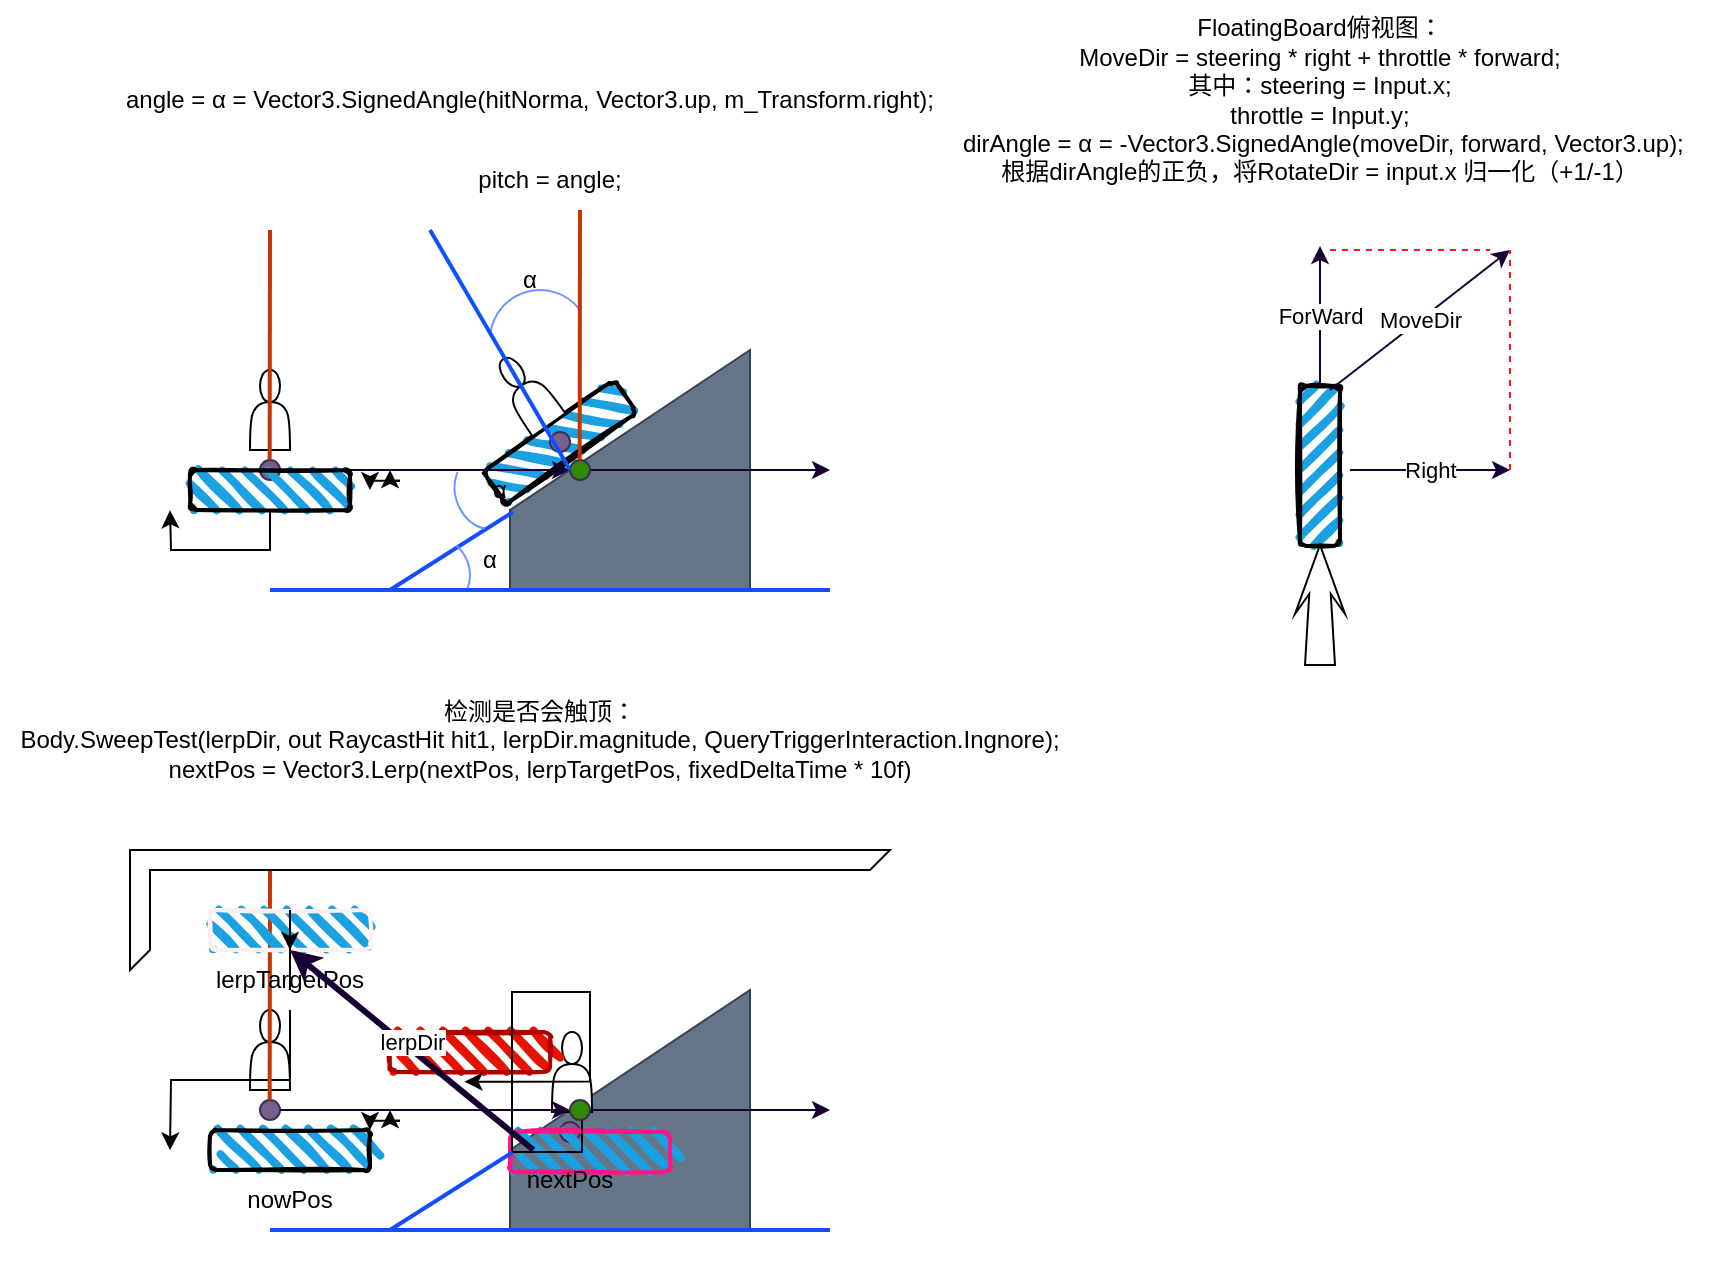
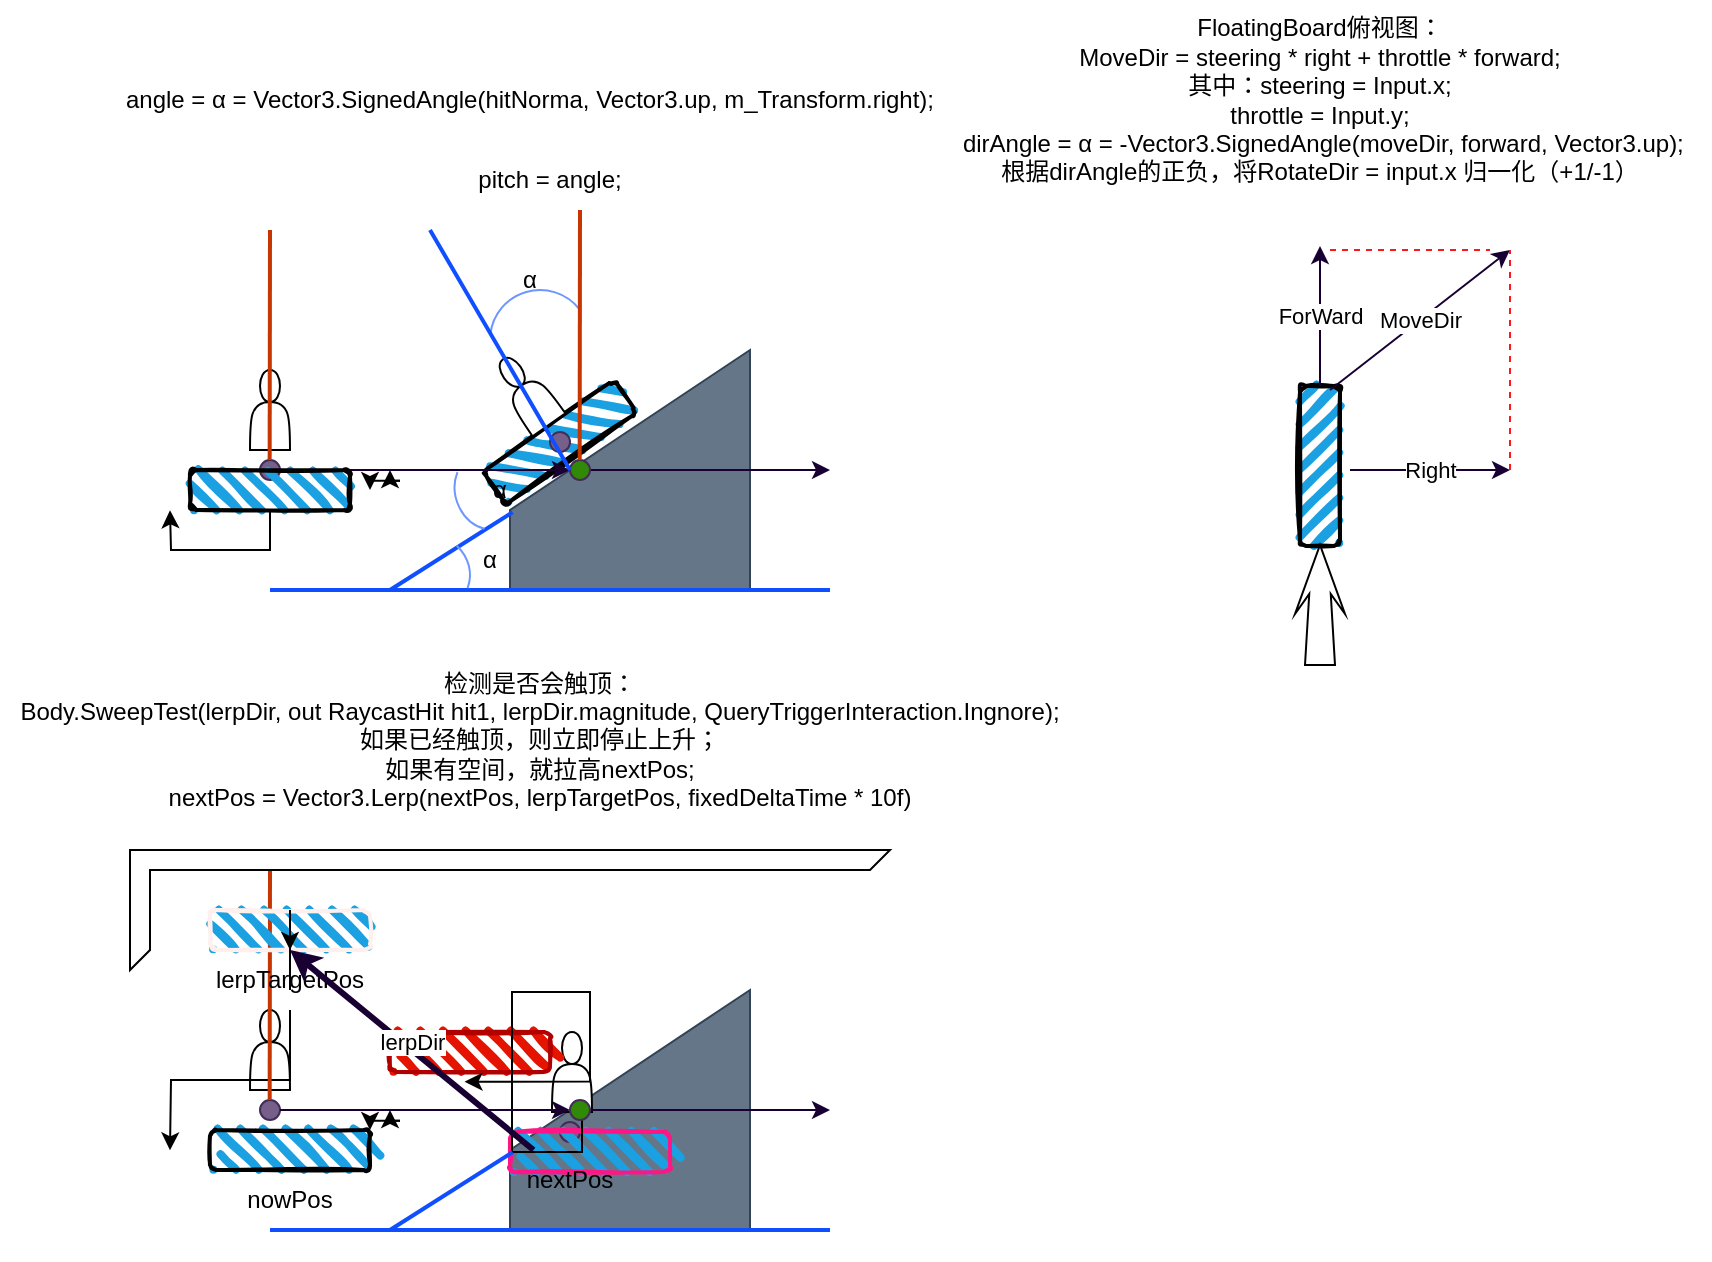
<mxfile host="app.diagrams.net">
  <diagram name="第 1 页" id="Z0DC_knzU1L9sbGcegjl">
    <mxGraphModel dx="1557" dy="467" grid="1" gridSize="10" guides="1" tooltips="1" connect="1" arrows="1" fold="1" page="1" pageScale="1" pageWidth="827" pageHeight="1169" background="light-dark(#FFFFFF,#FFFFFF)" math="0" shadow="0">
      <root>
        <mxCell id="0" />
        <mxCell id="1" parent="0" />
        <mxCell id="fx_5rI_hlLQzRWBr8DUU-49" parent="1" style="text;html=1;whiteSpace=wrap;strokeColor=none;fillColor=none;align=center;verticalAlign=middle;rounded=0;autosize=1;resizable=0;fontColor=light-dark(#000000, #080808);" value="angle = α = Vector3.SignedAngle(hitNorma, Vector3.up, m_Transform.right);" vertex="1">
          <mxGeometry height="30" width="430" x="35" y="60" as="geometry" />
        </mxCell>
        <mxCell id="fx_5rI_hlLQzRWBr8DUU-50" parent="1" style="text;html=1;whiteSpace=wrap;strokeColor=none;fillColor=none;align=center;verticalAlign=middle;rounded=0;autosize=1;resizable=0;fontColor=light-dark(#000000, #080808);" value="FloatingBoard俯视图：&lt;br&gt;MoveDir = steering * right + throttle * forward;&lt;div&gt;其中：steering = Input.x;&lt;br&gt;throttle = Input.y;&lt;/div&gt;&lt;div&gt;&lt;span style=&quot;background-color: transparent; color: light-dark(rgb(0, 0, 0), rgb(8, 8, 8));&quot;&gt;&amp;nbsp;&lt;/span&gt;&lt;span style=&quot;background-color: transparent; color: light-dark(rgb(0, 0, 0), rgb(8, 8, 8));&quot;&gt;dirAngle =&amp;nbsp;&lt;/span&gt;α = -Vector3.SignedAngle(moveDir, forward, Vector3.up);&lt;br&gt;根据dirAngle的正负，将RotateDir = input.x 归一化（+1/-1）&lt;/div&gt;" vertex="1">
          <mxGeometry height="100" width="390" x="450" y="25" as="geometry" />
        </mxCell>
        <mxCell id="fx_5rI_hlLQzRWBr8DUU-58" connectable="0" parent="1" style="group;rotation=-90;" value="" vertex="1">
          <mxGeometry height="25" width="210" x="540" y="240" as="geometry" />
        </mxCell>
        <mxCell id="fx_5rI_hlLQzRWBr8DUU-4" parent="fx_5rI_hlLQzRWBr8DUU-58" style="rounded=1;whiteSpace=wrap;html=1;strokeWidth=2;fillWeight=4;hachureGap=8;hachureAngle=45;fillColor=#1ba1e2;sketch=1;rotation=-90;" value="" vertex="1">
          <mxGeometry height="20" width="80" x="65" y="8" as="geometry" />
        </mxCell>
        <mxCell id="fx_5rI_hlLQzRWBr8DUU-54" parent="fx_5rI_hlLQzRWBr8DUU-58" style="html=1;shadow=0;dashed=0;align=center;verticalAlign=middle;shape=mxgraph.arrows2.stylisedArrow;dy=0.57;dx=24.48;notch=0;feather=0.4;rotation=-90;" value="" vertex="1">
          <mxGeometry height="25" width="60" x="75" y="75" as="geometry" />
        </mxCell>
        <mxCell id="fx_5rI_hlLQzRWBr8DUU-56" edge="1" parent="fx_5rI_hlLQzRWBr8DUU-58" style="endArrow=classic;html=1;rounded=0;endFill=1;strokeWidth=1;strokeColor=light-dark(#190033,#000033);" value="ForWard">
          <mxGeometry height="50" relative="1" width="50" as="geometry">
            <mxPoint x="105" y="-22" as="sourcePoint" />
            <mxPoint x="105" y="-92" as="targetPoint" />
          </mxGeometry>
        </mxCell>
        <mxCell id="fx_5rI_hlLQzRWBr8DUU-60" parent="1" style="text;html=1;whiteSpace=wrap;strokeColor=none;fillColor=none;align=center;verticalAlign=middle;rounded=0;autosize=1;resizable=0;fontColor=light-dark(#000000, #080808);" value="pitch = angle;" vertex="1">
          <mxGeometry height="30" width="100" x="210" y="100" as="geometry" />
        </mxCell>
        <mxCell id="fx_5rI_hlLQzRWBr8DUU-61" edge="1" parent="1" style="endArrow=classic;html=1;rounded=0;endFill=1;strokeWidth=1;strokeColor=light-dark(#190033,#000033);" value="Right">
          <mxGeometry height="50" relative="1" width="50" as="geometry">
            <mxPoint x="660" y="260" as="sourcePoint" />
            <mxPoint x="740" y="260" as="targetPoint" />
          </mxGeometry>
        </mxCell>
        <mxCell id="fx_5rI_hlLQzRWBr8DUU-62" edge="1" parent="1" style="endArrow=classic;html=1;rounded=0;endFill=1;strokeWidth=1;strokeColor=light-dark(#190033,#000033);" value="MoveDir">
          <mxGeometry height="50" relative="1" width="50" as="geometry">
            <mxPoint x="650" y="220" as="sourcePoint" />
            <mxPoint x="740" y="150" as="targetPoint" />
          </mxGeometry>
        </mxCell>
        <mxCell id="fx_5rI_hlLQzRWBr8DUU-63" edge="1" parent="1" style="endArrow=none;dashed=1;html=1;rounded=0;strokeColor=#FF161D;fillColor=#76608a;" value="">
          <mxGeometry height="50" relative="1" width="50" as="geometry">
            <mxPoint x="650" y="150" as="sourcePoint" />
            <mxPoint x="730" y="150" as="targetPoint" />
          </mxGeometry>
        </mxCell>
        <mxCell id="fx_5rI_hlLQzRWBr8DUU-64" edge="1" parent="1" style="endArrow=none;dashed=1;html=1;rounded=0;strokeColor=#FF161D;fillColor=#76608a;" value="">
          <mxGeometry height="50" relative="1" width="50" as="geometry">
            <mxPoint x="740" y="260" as="sourcePoint" />
            <mxPoint x="740" y="150" as="targetPoint" />
          </mxGeometry>
        </mxCell>
        <mxCell id="fx_5rI_hlLQzRWBr8DUU-65" connectable="0" parent="1" style="group" value="" vertex="1">
          <mxGeometry height="205" width="320" x="80" y="130" as="geometry" />
        </mxCell>
        <mxCell id="fx_5rI_hlLQzRWBr8DUU-37" connectable="0" parent="fx_5rI_hlLQzRWBr8DUU-65" style="group;rotation=-35;" value="" vertex="1">
          <mxGeometry height="70" width="80" x="130" y="60" as="geometry" />
        </mxCell>
        <mxCell id="fx_5rI_hlLQzRWBr8DUU-38" parent="fx_5rI_hlLQzRWBr8DUU-37" style="rounded=1;whiteSpace=wrap;html=1;strokeWidth=2;fillWeight=4;hachureGap=8;hachureAngle=45;fillColor=#1ba1e2;sketch=1;rotation=-35;" value="" vertex="1">
          <mxGeometry height="20" width="80" x="15" y="46" as="geometry" />
        </mxCell>
        <mxCell id="fx_5rI_hlLQzRWBr8DUU-39" parent="fx_5rI_hlLQzRWBr8DUU-37" style="shape=actor;whiteSpace=wrap;html=1;rotation=-35;" value="" vertex="1">
          <mxGeometry height="40" width="20" x="28" y="11" as="geometry" />
        </mxCell>
        <mxCell id="fx_5rI_hlLQzRWBr8DUU-40" parent="fx_5rI_hlLQzRWBr8DUU-37" style="ellipse;whiteSpace=wrap;html=1;aspect=fixed;strokeColor=#432D57;fillColor=#76608a;fontColor=#ffffff;rotation=-35;" value="" vertex="1">
          <mxGeometry height="10" width="10" x="50" y="51" as="geometry" />
        </mxCell>
        <mxCell id="fx_5rI_hlLQzRWBr8DUU-41" parent="fx_5rI_hlLQzRWBr8DUU-37" style="shape=mxgraph.basic.arc;html=1;startAngle=0.7682831795977167;endAngle=0.14289333360926398;endArrow=classic;endFill=1;fontColor=light-dark(default, #bb2a2a);strokeColor=#6E96FF;rotation=0;" value="" vertex="1">
          <mxGeometry height="50" width="50" x="20" y="-20" as="geometry" />
        </mxCell>
        <mxCell id="fx_5rI_hlLQzRWBr8DUU-6" parent="fx_5rI_hlLQzRWBr8DUU-65" style="shape=manualInput;boundedLbl=1;whiteSpace=wrap;html=1;size=80;fillColor=#647687;fontColor=#ffffff;strokeColor=#314354;" value="" vertex="1">
          <mxGeometry height="120" width="120" x="160" y="70" as="geometry" />
        </mxCell>
        <mxCell id="fx_5rI_hlLQzRWBr8DUU-7" connectable="0" parent="fx_5rI_hlLQzRWBr8DUU-65" style="group" value="" vertex="1">
          <mxGeometry height="70" width="80" y="70" as="geometry" />
        </mxCell>
        <mxCell id="fx_5rI_hlLQzRWBr8DUU-5" parent="fx_5rI_hlLQzRWBr8DUU-7" style="shape=actor;whiteSpace=wrap;html=1;" value="" vertex="1">
          <mxGeometry height="40" width="20" x="30" y="10" as="geometry" />
        </mxCell>
        <mxCell id="fx_5rI_hlLQzRWBr8DUU-15" parent="fx_5rI_hlLQzRWBr8DUU-7" style="ellipse;whiteSpace=wrap;html=1;aspect=fixed;strokeColor=#432D57;fillColor=#76608a;fontColor=#ffffff;" value="" vertex="1">
          <mxGeometry height="10" width="10" x="35" y="55" as="geometry" />
        </mxCell>
        <mxCell id="fx_5rI_hlLQzRWBr8DUU-52" edge="1" parent="fx_5rI_hlLQzRWBr8DUU-7" source="fx_5rI_hlLQzRWBr8DUU-51" style="edgeStyle=orthogonalEdgeStyle;rounded=0;orthogonalLoop=1;jettySize=auto;html=1;exitX=0.5;exitY=1;exitDx=0;exitDy=0;">
          <mxGeometry relative="1" as="geometry">
            <mxPoint x="-10" y="80.14285714285711" as="targetPoint" />
          </mxGeometry>
        </mxCell>
        <mxCell id="fx_5rI_hlLQzRWBr8DUU-14" edge="1" parent="fx_5rI_hlLQzRWBr8DUU-65" source="fx_5rI_hlLQzRWBr8DUU-18" style="endArrow=classic;html=1;rounded=0;endFill=1;strokeWidth=1;strokeColor=light-dark(#190033,#000033);exitX=1;exitY=0.5;exitDx=0;exitDy=0;" value="">
          <mxGeometry height="50" relative="1" width="50" as="geometry">
            <mxPoint x="120" y="129.86" as="sourcePoint" />
            <mxPoint x="320" y="130" as="targetPoint" />
          </mxGeometry>
        </mxCell>
        <mxCell id="fx_5rI_hlLQzRWBr8DUU-18" parent="fx_5rI_hlLQzRWBr8DUU-65" style="ellipse;whiteSpace=wrap;html=1;aspect=fixed;strokeColor=#432D57;fillColor=#318A07;fontColor=#ffffff;" value="" vertex="1">
          <mxGeometry height="10" width="10" x="190" y="125" as="geometry" />
        </mxCell>
        <mxCell id="fx_5rI_hlLQzRWBr8DUU-19" edge="1" parent="fx_5rI_hlLQzRWBr8DUU-65" source="fx_5rI_hlLQzRWBr8DUU-15" style="endArrow=classic;html=1;rounded=0;endFill=1;strokeWidth=1;strokeColor=light-dark(#190033,#000033);exitX=1;exitY=0.5;exitDx=0;exitDy=0;" target="fx_5rI_hlLQzRWBr8DUU-18" value="">
          <mxGeometry height="50" relative="1" width="50" as="geometry">
            <mxPoint x="45" y="130" as="sourcePoint" />
            <mxPoint x="320" y="130" as="targetPoint" />
          </mxGeometry>
        </mxCell>
        <mxCell id="fx_5rI_hlLQzRWBr8DUU-21" edge="1" parent="fx_5rI_hlLQzRWBr8DUU-65" style="endArrow=none;html=1;rounded=0;fillColor=#FFE5FC;strokeWidth=2;strokeColor=#104FFF;" value="">
          <mxGeometry height="50" relative="1" width="50" as="geometry">
            <mxPoint x="190" y="130" as="sourcePoint" />
            <mxPoint x="120" y="10" as="targetPoint" />
          </mxGeometry>
        </mxCell>
        <mxCell id="fx_5rI_hlLQzRWBr8DUU-24" edge="1" parent="fx_5rI_hlLQzRWBr8DUU-65" source="fx_5rI_hlLQzRWBr8DUU-6" style="endArrow=none;html=1;rounded=0;fillColor=#FFE5FC;strokeWidth=2;strokeColor=#104FFF;exitX=0.011;exitY=0.676;exitDx=0;exitDy=0;exitPerimeter=0;" value="">
          <mxGeometry height="50" relative="1" width="50" as="geometry">
            <mxPoint x="130" y="200" as="sourcePoint" />
            <mxPoint x="100" y="190" as="targetPoint" />
          </mxGeometry>
        </mxCell>
        <mxCell id="fx_5rI_hlLQzRWBr8DUU-25" edge="1" parent="fx_5rI_hlLQzRWBr8DUU-65" style="endArrow=none;html=1;rounded=0;fillColor=#fa6800;strokeWidth=2;strokeColor=#C73500;" value="">
          <mxGeometry height="50" relative="1" width="50" as="geometry">
            <mxPoint x="39.83000000000001" y="125" as="sourcePoint" />
            <mxPoint x="40" y="10" as="targetPoint" />
          </mxGeometry>
        </mxCell>
        <mxCell id="fx_5rI_hlLQzRWBr8DUU-26" edge="1" parent="fx_5rI_hlLQzRWBr8DUU-65" style="endArrow=none;html=1;rounded=0;fillColor=#fa6800;strokeWidth=2;strokeColor=#C73500;" value="">
          <mxGeometry height="50" relative="1" width="50" as="geometry">
            <mxPoint x="194.83000000000004" y="125" as="sourcePoint" />
            <mxPoint x="195" as="targetPoint" />
          </mxGeometry>
        </mxCell>
        <mxCell id="fx_5rI_hlLQzRWBr8DUU-28" edge="1" parent="fx_5rI_hlLQzRWBr8DUU-65" style="endArrow=none;html=1;rounded=0;fillColor=#FFE5FC;strokeWidth=2;strokeColor=light-dark(#104FFF, #000000);" value="">
          <mxGeometry height="50" relative="1" width="50" as="geometry">
            <mxPoint x="320" y="190" as="sourcePoint" />
            <mxPoint x="40" y="190" as="targetPoint" />
          </mxGeometry>
        </mxCell>
        <mxCell id="fx_5rI_hlLQzRWBr8DUU-31" parent="fx_5rI_hlLQzRWBr8DUU-65" style="text;html=1;whiteSpace=wrap;strokeColor=none;fillColor=none;align=center;verticalAlign=middle;rounded=0;autosize=1;resizable=0;fontColor=light-dark(#000000, #080808);" value="α" vertex="1">
          <mxGeometry height="30" width="30" x="135" y="160" as="geometry" />
        </mxCell>
        <mxCell id="fx_5rI_hlLQzRWBr8DUU-33" parent="fx_5rI_hlLQzRWBr8DUU-65" style="text;html=1;whiteSpace=wrap;strokeColor=none;fillColor=none;align=center;verticalAlign=middle;rounded=0;autosize=1;resizable=0;fontColor=light-dark(#000000, #080808);" value="α" vertex="1">
          <mxGeometry height="30" width="30" x="140" y="125" as="geometry" />
        </mxCell>
        <mxCell id="fx_5rI_hlLQzRWBr8DUU-35" parent="fx_5rI_hlLQzRWBr8DUU-65" style="text;html=1;whiteSpace=wrap;strokeColor=none;fillColor=none;align=center;verticalAlign=middle;rounded=0;autosize=1;resizable=0;fontColor=light-dark(#000000, #080808);" value="α" vertex="1">
          <mxGeometry height="30" width="30" x="155" y="20" as="geometry" />
        </mxCell>
        <mxCell id="fx_5rI_hlLQzRWBr8DUU-43" edge="1" parent="fx_5rI_hlLQzRWBr8DUU-65" style="edgeStyle=orthogonalEdgeStyle;rounded=0;orthogonalLoop=1;jettySize=auto;html=1;">
          <mxGeometry relative="1" as="geometry">
            <mxPoint x="105" y="135.35533905932732" as="sourcePoint" />
            <mxPoint x="100" y="130" as="targetPoint" />
          </mxGeometry>
        </mxCell>
        <mxCell id="fx_5rI_hlLQzRWBr8DUU-44" edge="1" parent="fx_5rI_hlLQzRWBr8DUU-65" style="edgeStyle=orthogonalEdgeStyle;rounded=0;orthogonalLoop=1;jettySize=auto;html=1;">
          <mxGeometry relative="1" as="geometry">
            <mxPoint x="105" y="135.35533905932732" as="sourcePoint" />
            <mxPoint x="90" y="140" as="targetPoint" />
          </mxGeometry>
        </mxCell>
        <mxCell id="fx_5rI_hlLQzRWBr8DUU-45" parent="fx_5rI_hlLQzRWBr8DUU-65" style="shape=mxgraph.basic.arc;html=1;startAngle=0.822107692393224;endAngle=0.11112848892826835;endArrow=classic;endFill=1;fontColor=light-dark(default, #bb2a2a);strokeColor=#6E96FF;rotation=-105;" value="" vertex="1">
          <mxGeometry height="35" width="40" x="130" y="122.49999999999997" as="geometry" />
        </mxCell>
        <mxCell id="fx_5rI_hlLQzRWBr8DUU-47" parent="fx_5rI_hlLQzRWBr8DUU-65" style="shape=mxgraph.basic.arc;html=1;startAngle=0.20235438405496714;endAngle=0.3627813740139013;endArrow=classic;endFill=1;fontColor=light-dark(default, #bb2a2a);strokeColor=#6E96FF;rotation=-180;flipH=1;legacyAnchorPoints=0;" value="" vertex="1">
          <mxGeometry height="45" width="55" x="85" y="160" as="geometry" />
        </mxCell>
        <mxCell id="fx_5rI_hlLQzRWBr8DUU-51" parent="fx_5rI_hlLQzRWBr8DUU-65" style="rounded=1;whiteSpace=wrap;html=1;strokeWidth=2;fillWeight=4;hachureGap=8;hachureAngle=45;fillColor=#1ba1e2;sketch=1;" value="" vertex="1">
          <mxGeometry height="20" width="80" y="130" as="geometry" />
        </mxCell>
        <mxCell id="fx_5rI_hlLQzRWBr8DUU-66" connectable="0" parent="1" style="group" value="" vertex="1">
          <mxGeometry height="205" width="355" x="80" y="450" as="geometry" />
        </mxCell>
        <mxCell id="fx_5rI_hlLQzRWBr8DUU-104" connectable="0" parent="fx_5rI_hlLQzRWBr8DUU-66" style="group" value="" vertex="1">
          <mxGeometry height="180" width="350" y="10" as="geometry" />
        </mxCell>
        <mxCell id="fx_5rI_hlLQzRWBr8DUU-72" parent="fx_5rI_hlLQzRWBr8DUU-104" style="shape=manualInput;boundedLbl=1;whiteSpace=wrap;html=1;size=80;fillColor=#647687;fontColor=#ffffff;strokeColor=#314354;" value="" vertex="1">
          <mxGeometry height="120" width="120" x="160" y="60" as="geometry" />
        </mxCell>
        <mxCell id="fx_5rI_hlLQzRWBr8DUU-67" connectable="0" parent="fx_5rI_hlLQzRWBr8DUU-104" style="group;rotation=0;" value="" vertex="1">
          <mxGeometry height="70" width="80" x="150" y="70" as="geometry" />
        </mxCell>
        <mxCell id="fx_5rI_hlLQzRWBr8DUU-69" parent="fx_5rI_hlLQzRWBr8DUU-67" style="shape=actor;whiteSpace=wrap;html=1;rotation=0;" value="" vertex="1">
          <mxGeometry height="40" width="20" x="31" y="11" as="geometry" />
        </mxCell>
        <mxCell id="fx_5rI_hlLQzRWBr8DUU-70" parent="fx_5rI_hlLQzRWBr8DUU-67" style="ellipse;whiteSpace=wrap;html=1;aspect=fixed;strokeColor=#432D57;fillColor=#76608a;fontColor=#ffffff;rotation=0;" value="" vertex="1">
          <mxGeometry height="10" width="10" x="35" y="56" as="geometry" />
        </mxCell>
        <mxCell id="fx_5rI_hlLQzRWBr8DUU-103" parent="fx_5rI_hlLQzRWBr8DUU-67" style="rounded=1;whiteSpace=wrap;html=1;strokeWidth=2;fillWeight=4;hachureGap=8;hachureAngle=45;fillColor=#1ba1e2;sketch=1;rotation=0;strokeColor=#FF1686;" value="" vertex="1">
          <mxGeometry height="20" width="80" x="10" y="61" as="geometry" />
        </mxCell>
        <mxCell id="fx_5rI_hlLQzRWBr8DUU-68" parent="fx_5rI_hlLQzRWBr8DUU-67" style="rounded=1;whiteSpace=wrap;html=1;strokeWidth=2;fillWeight=4;hachureGap=8;hachureAngle=45;fillColor=#e51400;sketch=1;rotation=0;strokeColor=#B20000;fontColor=#ffffff;" value="" vertex="1">
          <mxGeometry height="20" width="80" x="-50" y="11" as="geometry" />
        </mxCell>
        <mxCell id="fx_5rI_hlLQzRWBr8DUU-93" edge="1" parent="fx_5rI_hlLQzRWBr8DUU-67" source="fx_5rI_hlLQzRWBr8DUU-69" style="edgeStyle=orthogonalEdgeStyle;rounded=0;orthogonalLoop=1;jettySize=auto;html=1;exitX=0.75;exitY=1;exitDx=0;exitDy=0;entryX=0.466;entryY=1.242;entryDx=0;entryDy=0;entryPerimeter=0;" target="fx_5rI_hlLQzRWBr8DUU-68">
          <mxGeometry relative="1" as="geometry" />
        </mxCell>
        <mxCell id="fx_5rI_hlLQzRWBr8DUU-73" connectable="0" parent="fx_5rI_hlLQzRWBr8DUU-104" style="group" value="" vertex="1">
          <mxGeometry height="70" width="85" y="60" as="geometry" />
        </mxCell>
        <mxCell id="fx_5rI_hlLQzRWBr8DUU-74" parent="fx_5rI_hlLQzRWBr8DUU-73" style="shape=actor;whiteSpace=wrap;html=1;" value="" vertex="1">
          <mxGeometry height="40" width="20" x="30" y="10" as="geometry" />
        </mxCell>
        <mxCell id="fx_5rI_hlLQzRWBr8DUU-75" parent="fx_5rI_hlLQzRWBr8DUU-73" style="ellipse;whiteSpace=wrap;html=1;aspect=fixed;strokeColor=#432D57;fillColor=#76608a;fontColor=#ffffff;" value="" vertex="1">
          <mxGeometry height="10" width="10" x="35" y="55" as="geometry" />
        </mxCell>
        <mxCell id="fx_5rI_hlLQzRWBr8DUU-76" edge="1" parent="fx_5rI_hlLQzRWBr8DUU-73" source="fx_5rI_hlLQzRWBr8DUU-97" style="edgeStyle=orthogonalEdgeStyle;rounded=0;orthogonalLoop=1;jettySize=auto;html=1;exitX=0.5;exitY=1;exitDx=0;exitDy=0;">
          <mxGeometry relative="1" as="geometry">
            <mxPoint x="-10" y="80.14285714285711" as="targetPoint" />
          </mxGeometry>
        </mxCell>
        <mxCell id="fx_5rI_hlLQzRWBr8DUU-77" edge="1" parent="fx_5rI_hlLQzRWBr8DUU-104" source="fx_5rI_hlLQzRWBr8DUU-78" style="endArrow=classic;html=1;rounded=0;endFill=1;strokeWidth=1;strokeColor=light-dark(#190033,#000033);exitX=1;exitY=0.5;exitDx=0;exitDy=0;" value="">
          <mxGeometry height="50" relative="1" width="50" as="geometry">
            <mxPoint x="120" y="119.86000000000001" as="sourcePoint" />
            <mxPoint x="320" y="120" as="targetPoint" />
          </mxGeometry>
        </mxCell>
        <mxCell id="fx_5rI_hlLQzRWBr8DUU-78" parent="fx_5rI_hlLQzRWBr8DUU-104" style="ellipse;whiteSpace=wrap;html=1;aspect=fixed;strokeColor=#432D57;fillColor=#318A07;fontColor=#ffffff;" value="" vertex="1">
          <mxGeometry height="10" width="10" x="190" y="115" as="geometry" />
        </mxCell>
        <mxCell id="fx_5rI_hlLQzRWBr8DUU-79" edge="1" parent="fx_5rI_hlLQzRWBr8DUU-104" source="fx_5rI_hlLQzRWBr8DUU-75" style="endArrow=classic;html=1;rounded=0;endFill=1;strokeWidth=1;strokeColor=light-dark(#190033,#000033);exitX=1;exitY=0.5;exitDx=0;exitDy=0;" target="fx_5rI_hlLQzRWBr8DUU-78" value="">
          <mxGeometry height="50" relative="1" width="50" as="geometry">
            <mxPoint x="45" y="120" as="sourcePoint" />
            <mxPoint x="320" y="120" as="targetPoint" />
          </mxGeometry>
        </mxCell>
        <mxCell id="fx_5rI_hlLQzRWBr8DUU-81" edge="1" parent="fx_5rI_hlLQzRWBr8DUU-104" source="fx_5rI_hlLQzRWBr8DUU-72" style="endArrow=none;html=1;rounded=0;fillColor=#FFE5FC;strokeWidth=2;strokeColor=#104FFF;exitX=0.011;exitY=0.676;exitDx=0;exitDy=0;exitPerimeter=0;" value="">
          <mxGeometry height="50" relative="1" width="50" as="geometry">
            <mxPoint x="130" y="190" as="sourcePoint" />
            <mxPoint x="100" y="180" as="targetPoint" />
          </mxGeometry>
        </mxCell>
        <mxCell id="fx_5rI_hlLQzRWBr8DUU-82" edge="1" parent="fx_5rI_hlLQzRWBr8DUU-104" style="endArrow=none;html=1;rounded=0;fillColor=#fa6800;strokeWidth=2;strokeColor=#C73500;" value="">
          <mxGeometry height="50" relative="1" width="50" as="geometry">
            <mxPoint x="39.83000000000001" y="115" as="sourcePoint" />
            <mxPoint x="40" as="targetPoint" />
          </mxGeometry>
        </mxCell>
        <mxCell id="fx_5rI_hlLQzRWBr8DUU-84" edge="1" parent="fx_5rI_hlLQzRWBr8DUU-104" style="endArrow=none;html=1;rounded=0;fillColor=#FFE5FC;strokeWidth=2;strokeColor=light-dark(#104FFF, #000000);" value="">
          <mxGeometry height="50" relative="1" width="50" as="geometry">
            <mxPoint x="320" y="180" as="sourcePoint" />
            <mxPoint x="40" y="180" as="targetPoint" />
          </mxGeometry>
        </mxCell>
        <mxCell id="fx_5rI_hlLQzRWBr8DUU-88" edge="1" parent="fx_5rI_hlLQzRWBr8DUU-104" style="edgeStyle=orthogonalEdgeStyle;rounded=0;orthogonalLoop=1;jettySize=auto;html=1;">
          <mxGeometry relative="1" as="geometry">
            <mxPoint x="105" y="125.35533905932732" as="sourcePoint" />
            <mxPoint x="100" y="120" as="targetPoint" />
          </mxGeometry>
        </mxCell>
        <mxCell id="fx_5rI_hlLQzRWBr8DUU-89" edge="1" parent="fx_5rI_hlLQzRWBr8DUU-104" style="edgeStyle=orthogonalEdgeStyle;rounded=0;orthogonalLoop=1;jettySize=auto;html=1;">
          <mxGeometry relative="1" as="geometry">
            <mxPoint x="105" y="125.35533905932732" as="sourcePoint" />
            <mxPoint x="90" y="130" as="targetPoint" />
          </mxGeometry>
        </mxCell>
        <mxCell id="fx_5rI_hlLQzRWBr8DUU-92" parent="fx_5rI_hlLQzRWBr8DUU-104" style="rounded=1;whiteSpace=wrap;html=1;strokeWidth=2;fillWeight=4;hachureGap=8;hachureAngle=45;fillColor=#1ba1e2;sketch=1;strokeColor=#FFF0ED;" value="" vertex="1">
          <mxGeometry height="20" width="80" x="10" y="20" as="geometry" />
        </mxCell>
        <mxCell id="fx_5rI_hlLQzRWBr8DUU-94" parent="fx_5rI_hlLQzRWBr8DUU-104" style="text;html=1;whiteSpace=wrap;strokeColor=none;fillColor=none;align=center;verticalAlign=middle;rounded=0;autosize=1;resizable=0;fontColor=light-dark(#000000, #080808);" value="nextPos" vertex="1">
          <mxGeometry height="30" width="70" x="155" y="140" as="geometry" />
        </mxCell>
        <mxCell id="fx_5rI_hlLQzRWBr8DUU-95" parent="fx_5rI_hlLQzRWBr8DUU-104" style="text;html=1;whiteSpace=wrap;strokeColor=none;fillColor=none;align=center;verticalAlign=middle;rounded=0;autosize=1;resizable=0;fontColor=light-dark(#000000, #080808);" value="nowPos" vertex="1">
          <mxGeometry height="30" width="70" x="15" y="150" as="geometry" />
        </mxCell>
        <mxCell id="fx_5rI_hlLQzRWBr8DUU-96" parent="fx_5rI_hlLQzRWBr8DUU-104" style="rounded=1;whiteSpace=wrap;html=1;strokeWidth=2;fillWeight=4;hachureGap=8;hachureAngle=45;fillColor=#1ba1e2;sketch=1;" value="" vertex="1">
          <mxGeometry height="20" width="80" x="10" y="130" as="geometry" />
        </mxCell>
        <mxCell id="fx_5rI_hlLQzRWBr8DUU-98" edge="1" parent="fx_5rI_hlLQzRWBr8DUU-104" source="fx_5rI_hlLQzRWBr8DUU-92" style="edgeStyle=orthogonalEdgeStyle;rounded=0;orthogonalLoop=1;jettySize=auto;html=1;exitX=0.5;exitY=1;exitDx=0;exitDy=0;" target="fx_5rI_hlLQzRWBr8DUU-97" value="">
          <mxGeometry relative="1" as="geometry">
            <mxPoint x="130" y="540" as="sourcePoint" />
            <mxPoint x="70" y="620.1428571428571" as="targetPoint" />
          </mxGeometry>
        </mxCell>
        <mxCell id="fx_5rI_hlLQzRWBr8DUU-97" parent="fx_5rI_hlLQzRWBr8DUU-104" style="text;html=1;whiteSpace=wrap;strokeColor=none;fillColor=none;align=center;verticalAlign=middle;rounded=0;autosize=1;resizable=0;fontColor=light-dark(#000000, #080808);" value="lerpTargetPos" vertex="1">
          <mxGeometry height="30" width="100" y="40" as="geometry" />
        </mxCell>
        <mxCell id="fx_5rI_hlLQzRWBr8DUU-100" edge="1" parent="fx_5rI_hlLQzRWBr8DUU-104" source="fx_5rI_hlLQzRWBr8DUU-94" style="endArrow=classic;html=1;rounded=0;endFill=1;strokeWidth=3;strokeColor=light-dark(#190033,#000033);entryX=0.5;entryY=0;entryDx=0;entryDy=0;" target="fx_5rI_hlLQzRWBr8DUU-97" value="">
          <mxGeometry height="50" relative="1" width="50" as="geometry">
            <mxPoint x="110" y="29.799999999999997" as="sourcePoint" />
            <mxPoint x="230" y="29.799999999999997" as="targetPoint" />
          </mxGeometry>
        </mxCell>
        <mxCell id="fx_5rI_hlLQzRWBr8DUU-101" connectable="0" parent="fx_5rI_hlLQzRWBr8DUU-100" style="edgeLabel;html=1;align=center;verticalAlign=middle;resizable=0;points=[];" value="lerpDir" vertex="1">
          <mxGeometry relative="1" x="0.0382" y="-3" as="geometry">
            <mxPoint as="offset" />
          </mxGeometry>
        </mxCell>
        <mxCell id="fx_5rI_hlLQzRWBr8DUU-105" parent="fx_5rI_hlLQzRWBr8DUU-104" style="verticalLabelPosition=bottom;verticalAlign=top;html=1;shape=mxgraph.basic.frame_corner;dx=10;whiteSpace=wrap;" value="" vertex="1">
          <mxGeometry height="60" width="380" x="-30" y="-10" as="geometry" />
        </mxCell>
-         <mxCell id="fx_5rI_hlLQzRWBr8DUU-102" parent="1" style="text;html=1;whiteSpace=wrap;strokeColor=none;fillColor=none;align=center;verticalAlign=middle;rounded=0;autosize=1;resizable=0;fontColor=light-dark(#000000, #080808);" value="&lt;div&gt;检测是否会触顶：&lt;/div&gt;&lt;div&gt;Body.SweepTest(lerpDir, out RaycastHit hit1, lerpDir.magnitude, QueryTriggerInteraction.Ingnore);&lt;/div&gt;nextPos = Vector3.Lerp(nextPos, lerpTargetPos, fixedDeltaTime * 10f)" vertex="1">
-           <mxGeometry height="60" width="540" x="-15" y="365" as="geometry" />
+         <mxCell id="fx_5rI_hlLQzRWBr8DUU-102" parent="1" style="text;html=1;whiteSpace=wrap;strokeColor=none;fillColor=none;align=center;verticalAlign=middle;rounded=0;autosize=1;resizable=0;fontColor=light-dark(#000000, #080808);" value="&lt;div&gt;检测是否会触顶：&lt;/div&gt;&lt;div&gt;Body.SweepTest(lerpDir, out RaycastHit hit1, lerpDir.magnitude, QueryTriggerInteraction.Ingnore);&lt;/div&gt;&lt;div&gt;如果已经触顶，则立即停止上升；&lt;/div&gt;&lt;div&gt;如果有空间，就拉高nextPos;&lt;/div&gt;nextPos = Vector3.Lerp(nextPos, lerpTargetPos, fixedDeltaTime * 10f)" vertex="1">
+           <mxGeometry height="90" width="540" x="-15" y="350" as="geometry" />
        </mxCell>
      </root>
    </mxGraphModel>
  </diagram>
</mxfile>
